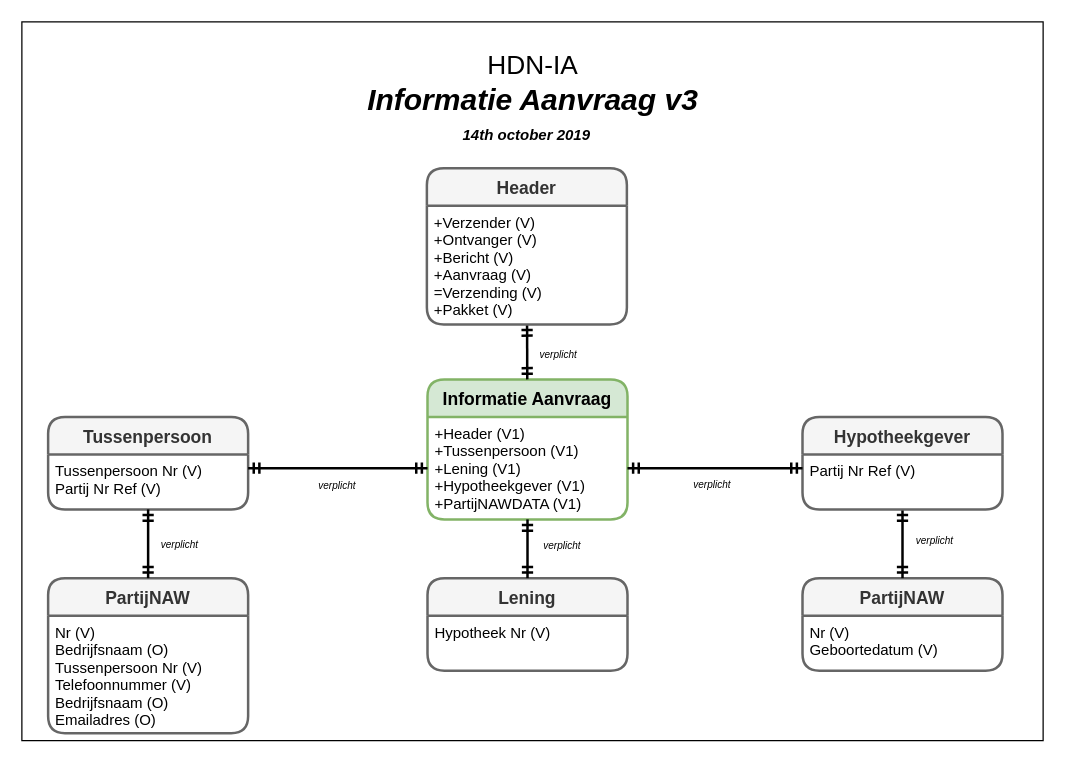
Earlier version of the draw.io diagram page "IA-bericht Variant" (5 of 15) of 3rdPartyDatasharing-HDN-IA-IX.drawio (luchthandel/diagrams). Source tidied: cells renumbered, new cells numbered last; positions are measured from the earlier drawing's top-left corner, leaving out a move shared by most shapes. Both pictures are drawn from the tidied source at 125%, with x=0, y=0 at pixel (21, 21).
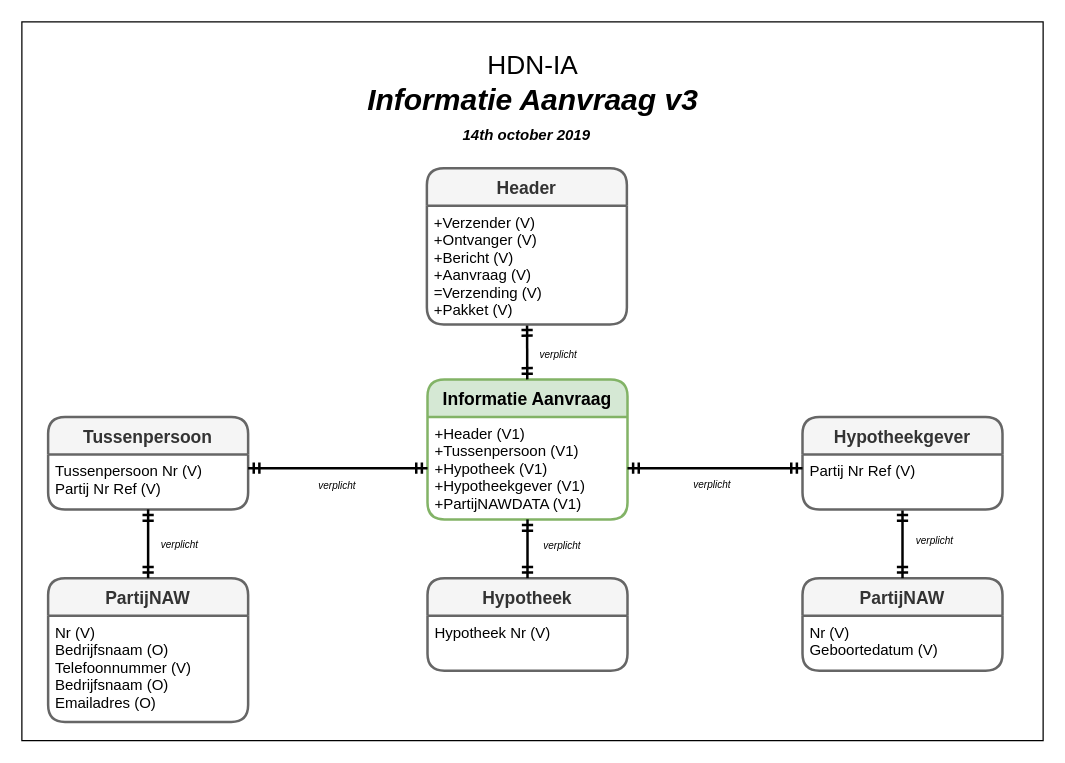
After the change.

The change refers to these unchanged cells:
```xml
<mxCell id="12" value="Informatie Aanvraag" style="swimlane;horizontal=1;startSize=30;fillColor=#d5e8d4;rounded=1;fontSize=14;fontStyle=1;strokeWidth=2;shadow=0;dashed=0;align=center;strokeColor=#82b366;" parent="1" vertex="1">
  <mxGeometry x="324.5" y="286" width="160" height="112" as="geometry" />
</mxCell>
```

What changed in the source:
```diff
@@
-    <mxCell id="8" value="Lening" style="swimlane;horizontal=1;startSize=30;fillColor=#f5f5f5;rounded=1;fontSize=14;fontStyle=1;strokeWidth=2;shadow=0;dashed=0;align=center;strokeColor=#666666;fontColor=#333333;" parent="1" vertex="1">
+    <mxCell id="8" value="Hypotheek" style="swimlane;horizontal=1;startSize=30;fillColor=#f5f5f5;rounded=1;fontSize=14;fontStyle=1;strokeWidth=2;shadow=0;dashed=0;align=center;strokeColor=#666666;fontColor=#333333;" parent="1" vertex="1">
       <mxGeometry x="324.5" y="445" width="160" height="74" as="geometry" />
     </mxCell>
@@
-    <mxCell id="13" value="+Header (V1)&#10;+Tussenpersoon (V1)&#10;+Lening (V1)&#10;+Hypotheekgever (V1)&#10;+PartijNAWDATA (V1)" style="align=left;strokeColor=none;fillColor=none;spacingLeft=4;fontSize=12;verticalAlign=top;" parent="12" vertex="1">
+    <mxCell id="13" value="+Header (V1)&#10;+Tussenpersoon (V1)&#10;+Hypotheek (V1)&#10;+Hypotheekgever (V1)&#10;+PartijNAWDATA (V1)" style="align=left;strokeColor=none;fillColor=none;spacingLeft=4;fontSize=12;verticalAlign=top;" parent="12" vertex="1">
       <mxGeometry y="30" width="160" height="82" as="geometry" />
     </mxCell>
@@
     <mxCell id="28" value="PartijNAW" style="swimlane;horizontal=1;startSize=30;fillColor=#f5f5f5;fontColor=#333333;rounded=1;fontSize=14;fontStyle=1;strokeWidth=2;shadow=0;dashed=0;align=center;strokeColor=#666666;" parent="1" vertex="1">
-      <mxGeometry x="21" y="445" width="160" height="124" as="geometry" />
+      <mxGeometry x="21" y="445" width="160" height="115" as="geometry" />
     </mxCell>
-    <mxCell id="29" value="Nr (V)&#10;Bedrijfsnaam (O)&#10;Tussenpersoon Nr (V)&#10;Telefoonnummer (V)&#10;Bedrijfsnaam (O)&#10;Emailadres (O)" style="align=left;strokeColor=none;fillColor=none;spacingLeft=4;fontSize=12;verticalAlign=top;" parent="28" vertex="1">
-      <mxGeometry y="30" width="160" height="94" as="geometry" />
+    <mxCell id="29" value="Nr (V)&#10;Bedrijfsnaam (O)&#10;Telefoonnummer (V)&#10;Bedrijfsnaam (O)&#10;Emailadres (O)" style="align=left;strokeColor=none;fillColor=none;spacingLeft=4;fontSize=12;verticalAlign=top;" parent="28" vertex="1">
+      <mxGeometry y="30" width="160" height="85" as="geometry" />
     </mxCell>
```
